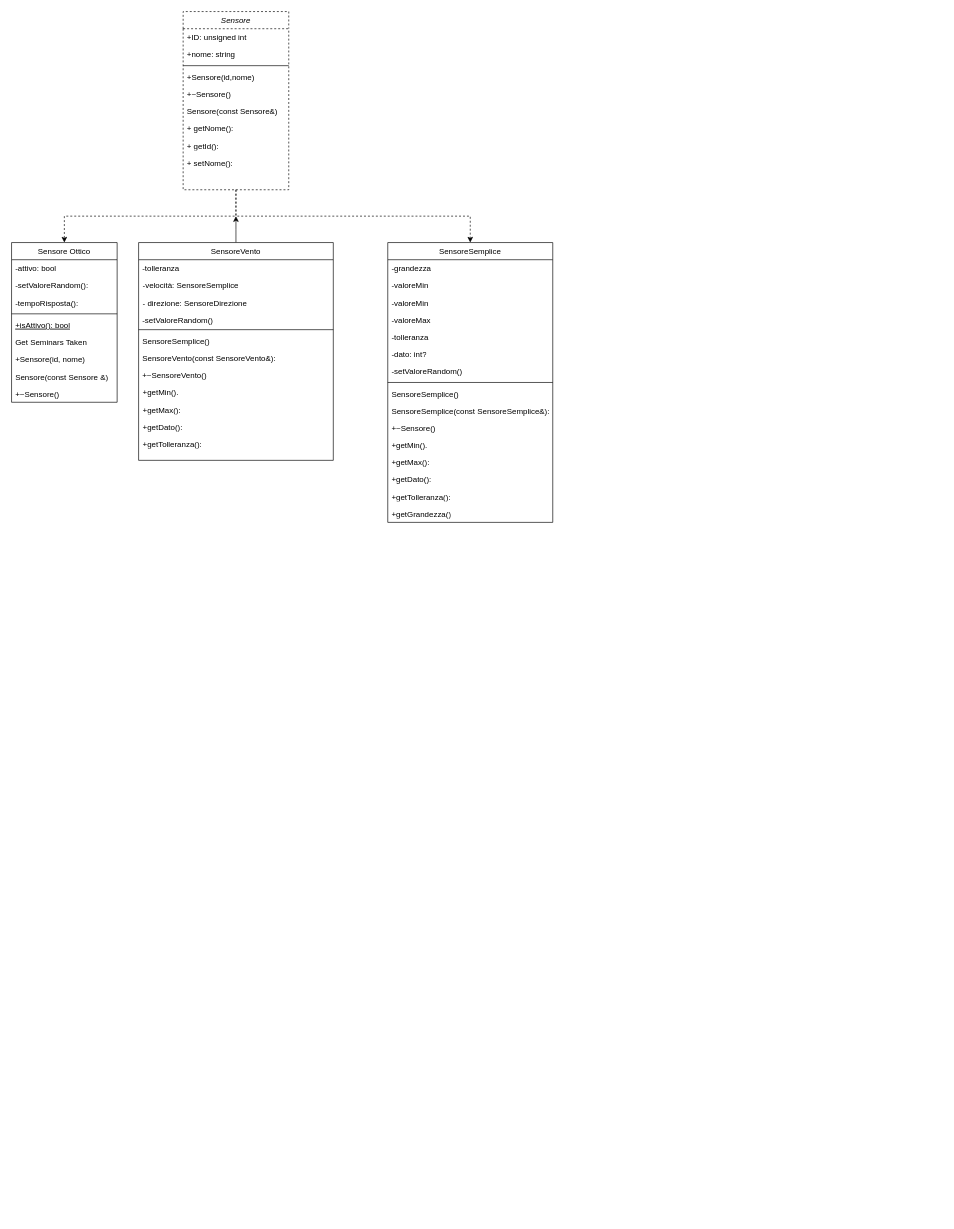
matteoumatche/PAO2024 keeps this draw.io diagram as Pao2024lo.drawio. Above is the earlier version. Source tidied: cells renumbered, new cells numbered last; positions are measured from the earlier drawing's top-left corner, leaving out a move shared by most shapes. Both pictures are drawn from the tidied source at 66%, with x=0, y=0 at pixel (11, 11).
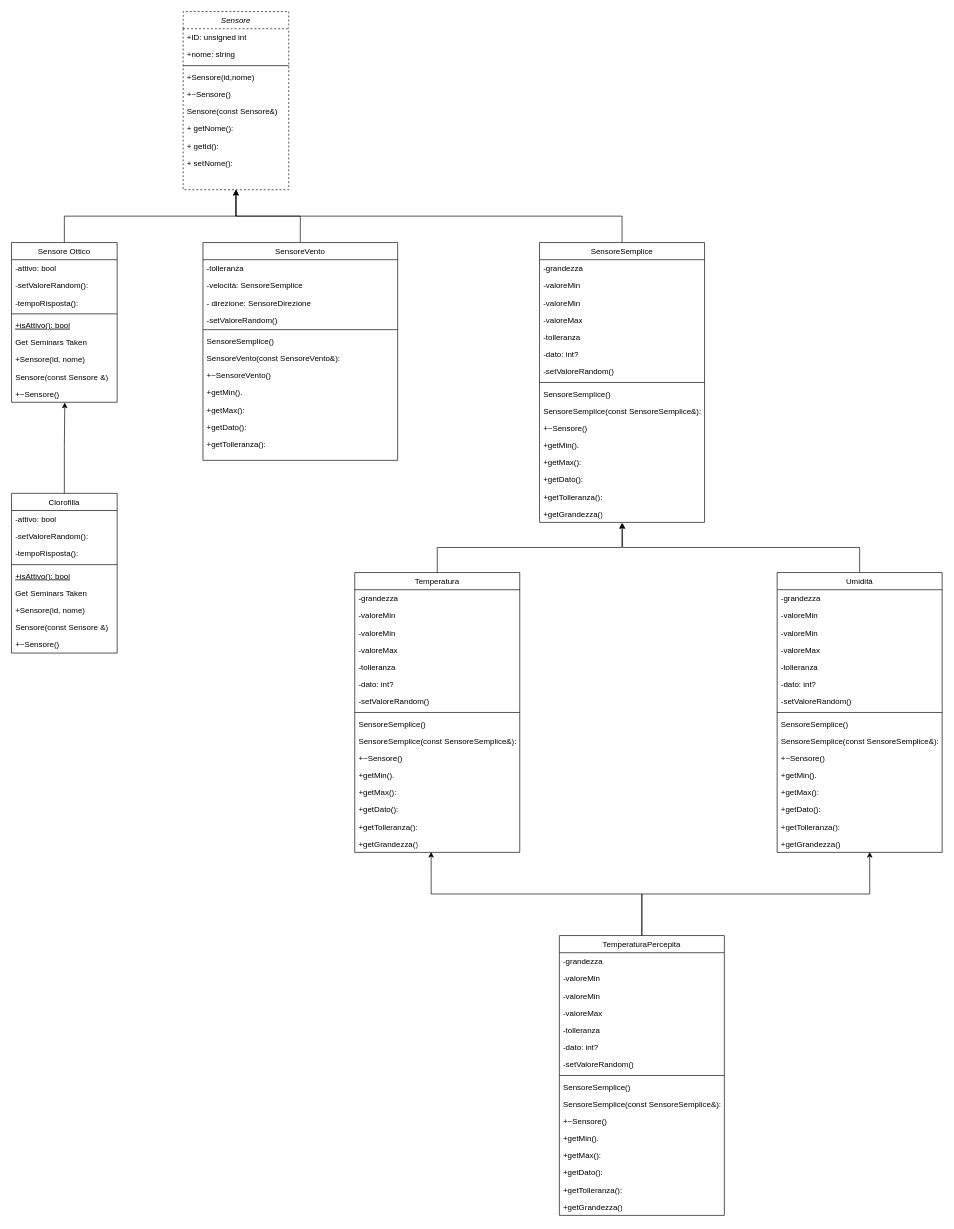
Above is the later version.

Unchanged cells that the change refers to:
```xml
<mxCell id="4" value="Sensore" style="swimlane;fontStyle=2;align=center;verticalAlign=top;horizontal=1;startSize=26;rounded=0;shadow=0;strokeWidth=1;dashed=1;" parent="1" vertex="1">
  <mxGeometry x="260" width="160" height="270" as="geometry" />
</mxCell>
<mxCell id="14" value="Sensore Ottico" style="swimlane;fontStyle=0;align=center;verticalAlign=top;horizontal=1;startSize=26;rounded=0;shadow=0;strokeWidth=1;" parent="1" vertex="1">
  <mxGeometry y="350" width="160" height="242" as="geometry" />
</mxCell>
<mxCell id="23" value="+~Sensore()" style="text;align=left;verticalAlign=top;spacingLeft=4;spacingRight=4;overflow=hidden;points=[[0,0.5],[1,0.5]];portConstraint=eastwest;" parent="14" vertex="1">
  <mxGeometry y="216" width="160" height="26" as="geometry" />
</mxCell>
<mxCell id="40" value="+getGrandezza()" style="text;strokeColor=none;fillColor=none;align=left;verticalAlign=top;spacingLeft=4;spacingRight=4;overflow=hidden;points=[[0,0.5],[1,0.5]];portConstraint=eastwest;whiteSpace=wrap;html=1;" parent="24" vertex="1">
  <mxGeometry y="398" width="250" height="26" as="geometry" />
</mxCell>
```

Change to the diagram source:
```diff
@@
-    <mxCell id="2" style="edgeStyle=orthogonalEdgeStyle;rounded=0;jettySize=auto;html=1;exitX=0.5;exitY=1;exitDx=0;exitDy=0;entryX=0.5;entryY=0;entryDx=0;entryDy=0;dashed=1;" parent="1" edge="1" source="4" target="14">
-      <mxGeometry relative="1" as="geometry" />
-    </mxCell>
-    <mxCell id="3" style="edgeStyle=orthogonalEdgeStyle;rounded=0;jettySize=auto;html=1;exitX=0.5;exitY=1;exitDx=0;exitDy=0;entryX=0.5;entryY=0;entryDx=0;entryDy=0;dashed=1;" parent="1" edge="1" source="4" target="24">
-      <mxGeometry relative="1" as="geometry" />
-    </mxCell>
@@
+    <mxCell id="55" style="edgeStyle=orthogonalEdgeStyle;rounded=0;jettySize=auto;html=1;entryX=0.5;entryY=1;entryDx=0;entryDy=0;" parent="1" edge="1" source="14" target="4">
+      <mxGeometry relative="1" as="geometry">
+        <Array as="points">
+          <mxPoint x="80" y="310" />
+          <mxPoint x="340" y="310" />
+        </Array>
+      </mxGeometry>
+    </mxCell>
@@
+    <mxCell id="56" style="edgeStyle=orthogonalEdgeStyle;rounded=0;jettySize=auto;html=1;entryX=0.5;entryY=1;entryDx=0;entryDy=0;" parent="1" edge="1" source="24" target="4">
+      <mxGeometry relative="1" as="geometry">
+        <Array as="points">
+          <mxPoint x="925" y="310" />
+          <mxPoint x="340" y="310" />
+        </Array>
+      </mxGeometry>
+    </mxCell>
     <mxCell id="24" value="SensoreSemplice" style="swimlane;fontStyle=0;align=center;verticalAlign=top;horizontal=1;startSize=26;rounded=0;shadow=0;strokeWidth=1;" parent="1" vertex="1">
-      <mxGeometry x="570" y="350" width="250" height="424" as="geometry" />
+      <mxGeometry x="800" y="350" width="250" height="424" as="geometry" />
     </mxCell>
@@
-    <mxCell id="41" style="edgeStyle=orthogonalEdgeStyle;rounded=0;jettySize=auto;html=1;" parent="1" edge="1" source="42">
-      <mxGeometry relative="1" as="geometry">
-        <mxPoint x="340" y="310" as="targetPoint" />
-      </mxGeometry>
-    </mxCell>
+    <mxCell id="57" style="edgeStyle=orthogonalEdgeStyle;rounded=0;jettySize=auto;html=1;entryX=0.5;entryY=1;entryDx=0;entryDy=0;" parent="1" edge="1" source="42" target="4">
+      <mxGeometry relative="1" as="geometry" />
+    </mxCell>
     <mxCell id="42" value="SensoreVento" style="swimlane;fontStyle=0;align=center;verticalAlign=top;horizontal=1;startSize=26;rounded=0;shadow=0;strokeWidth=1;" parent="1" vertex="1">
-      <mxGeometry x="192.5" y="350" width="295" height="330" as="geometry" />
+      <mxGeometry x="290" y="350" width="295" height="330" as="geometry" />
     </mxCell>
@@
+    <mxCell id="58" value="Temperatura" style="swimlane;fontStyle=0;align=center;verticalAlign=top;horizontal=1;startSize=26;rounded=0;shadow=0;strokeWidth=1;" parent="1" vertex="1">
+      <mxGeometry x="520" y="850" width="250" height="424" as="geometry" />
+    </mxCell>
+    <mxCell id="59" value="-grandezza" style="text;align=left;verticalAlign=top;spacingLeft=4;spacingRight=4;overflow=hidden;" parent="58" vertex="1">
+      <mxGeometry y="26" width="250" height="26" as="geometry" />
+    </mxCell>
+    <mxCell id="60" value="-valoreMin" style="text;align=left;verticalAlign=top;spacingLeft=4;spacingRight=4;overflow=hidden;rounded=0;shadow=0;html=0;" parent="58" vertex="1">
+      <mxGeometry y="52" width="250" height="26" as="geometry" />
+    </mxCell>
+    <mxCell id="61" value="-valoreMin" style="text;align=left;verticalAlign=top;spacingLeft=4;spacingRight=4;overflow=hidden;rounded=0;shadow=0;html=0;" parent="58" vertex="1">
+      <mxGeometry y="78" width="250" height="26" as="geometry" />
+    </mxCell>
+    <mxCell id="62" value="-valoreMax" style="text;align=left;verticalAlign=top;spacingLeft=4;spacingRight=4;overflow=hidden;rounded=0;shadow=0;html=0;" parent="58" vertex="1">
+      <mxGeometry y="104" width="250" height="26" as="geometry" />
+    </mxCell>
+    <mxCell id="63" value="-tolleranza" style="text;align=left;verticalAlign=top;spacingLeft=4;spacingRight=4;overflow=hidden;rounded=0;shadow=0;html=0;" parent="58" vertex="1">
+      <mxGeometry y="130" width="250" height="26" as="geometry" />
+    </mxCell>
+    <mxCell id="64" value="-dato: int?" style="text;strokeColor=none;fillColor=none;align=left;verticalAlign=top;spacingLeft=4;spacingRight=4;overflow=hidden;whiteSpace=wrap;html=1;" parent="58" vertex="1">
+      <mxGeometry y="156" width="250" height="26" as="geometry" />
+    </mxCell>
+    <mxCell id="65" value="-setValoreRandom()" style="text;align=left;verticalAlign=top;spacingLeft=4;spacingRight=4;overflow=hidden;rounded=0;shadow=0;html=0;" parent="58" vertex="1">
+      <mxGeometry y="182" width="250" height="26" as="geometry" />
+    </mxCell>
+    <mxCell id="66" style="line;html=1;strokeWidth=1;align=left;verticalAlign=middle;spacingTop=-1;spacingLeft=3;spacingRight=3;labelPosition=right;" parent="58" vertex="1">
+      <mxGeometry y="208" width="250" height="8" as="geometry" />
+    </mxCell>
+    <mxCell id="67" value="SensoreSemplice()" style="text;align=left;verticalAlign=top;spacingLeft=4;spacingRight=4;overflow=hidden;" parent="58" vertex="1">
+      <mxGeometry y="216" width="250" height="26" as="geometry" />
+    </mxCell>
+    <mxCell id="68" value="SensoreSemplice(const SensoreSemplice&amp;):" style="text;align=left;verticalAlign=top;spacingLeft=4;spacingRight=4;overflow=hidden;" parent="58" vertex="1">
+      <mxGeometry y="242" width="250" height="26" as="geometry" />
+    </mxCell>
+    <mxCell id="69" value="+~Sensore()" style="text;align=left;verticalAlign=top;spacingLeft=4;spacingRight=4;overflow=hidden;" parent="58" vertex="1">
+      <mxGeometry y="268" width="250" height="26" as="geometry" />
+    </mxCell>
+    <mxCell id="70" value="+getMin()." style="text;strokeColor=none;fillColor=none;align=left;verticalAlign=top;spacingLeft=4;spacingRight=4;overflow=hidden;whiteSpace=wrap;html=1;" parent="58" vertex="1">
+      <mxGeometry y="294" width="250" height="26" as="geometry" />
+    </mxCell>
+    <mxCell id="71" value="+getMax():" style="text;strokeColor=none;fillColor=none;align=left;verticalAlign=top;spacingLeft=4;spacingRight=4;overflow=hidden;whiteSpace=wrap;html=1;" parent="58" vertex="1">
+      <mxGeometry y="320" width="250" height="26" as="geometry" />
+    </mxCell>
+    <mxCell id="72" value="+getDato():" style="text;strokeColor=none;fillColor=none;align=left;verticalAlign=top;spacingLeft=4;spacingRight=4;overflow=hidden;whiteSpace=wrap;html=1;" parent="58" vertex="1">
+      <mxGeometry y="346" width="250" height="26" as="geometry" />
+    </mxCell>
+    <mxCell id="73" value="+getTolleranza():" style="text;strokeColor=none;fillColor=none;align=left;verticalAlign=top;spacingLeft=4;spacingRight=4;overflow=hidden;whiteSpace=wrap;html=1;" parent="58" vertex="1">
+      <mxGeometry y="372" width="250" height="26" as="geometry" />
+    </mxCell>
+    <mxCell id="74" value="+getGrandezza()" style="text;strokeColor=none;fillColor=none;align=left;verticalAlign=top;spacingLeft=4;spacingRight=4;overflow=hidden;points=[[0,0.5],[1,0.5]];portConstraint=eastwest;whiteSpace=wrap;html=1;" parent="58" vertex="1">
+      <mxGeometry y="398" width="250" height="26" as="geometry" />
+    </mxCell>
+    <mxCell id="75" value="Umidità" style="swimlane;fontStyle=0;align=center;verticalAlign=top;horizontal=1;startSize=26;rounded=0;shadow=0;strokeWidth=1;" parent="1" vertex="1">
+      <mxGeometry x="1160" y="850" width="250" height="424" as="geometry" />
+    </mxCell>
+    <mxCell id="76" value="-grandezza" style="text;align=left;verticalAlign=top;spacingLeft=4;spacingRight=4;overflow=hidden;" parent="75" vertex="1">
+      <mxGeometry y="26" width="250" height="26" as="geometry" />
+    </mxCell>
+    <mxCell id="77" value="-valoreMin" style="text;align=left;verticalAlign=top;spacingLeft=4;spacingRight=4;overflow=hidden;rounded=0;shadow=0;html=0;" parent="75" vertex="1">
+      <mxGeometry y="52" width="250" height="26" as="geometry" />
+    </mxCell>
+    <mxCell id="78" value="-valoreMin" style="text;align=left;verticalAlign=top;spacingLeft=4;spacingRight=4;overflow=hidden;rounded=0;shadow=0;html=0;" parent="75" vertex="1">
+      <mxGeometry y="78" width="250" height="26" as="geometry" />
+    </mxCell>
+    <mxCell id="79" value="-valoreMax" style="text;align=left;verticalAlign=top;spacingLeft=4;spacingRight=4;overflow=hidden;rounded=0;shadow=0;html=0;" parent="75" vertex="1">
+      <mxGeometry y="104" width="250" height="26" as="geometry" />
+    </mxCell>
+    <mxCell id="80" value="-tolleranza" style="text;align=left;verticalAlign=top;spacingLeft=4;spacingRight=4;overflow=hidden;rounded=0;shadow=0;html=0;" parent="75" vertex="1">
+      <mxGeometry y="130" width="250" height="26" as="geometry" />
+    </mxCell>
+    <mxCell id="81" value="-dato: int?" style="text;strokeColor=none;fillColor=none;align=left;verticalAlign=top;spacingLeft=4;spacingRight=4;overflow=hidden;whiteSpace=wrap;html=1;" parent="75" vertex="1">
+      <mxGeometry y="156" width="250" height="26" as="geometry" />
+    </mxCell>
+    <mxCell id="82" value="-setValoreRandom()" style="text;align=left;verticalAlign=top;spacingLeft=4;spacingRight=4;overflow=hidden;rounded=0;shadow=0;html=0;" parent="75" vertex="1">
+      <mxGeometry y="182" width="250" height="26" as="geometry" />
+    </mxCell>
+    <mxCell id="83" style="line;html=1;strokeWidth=1;align=left;verticalAlign=middle;spacingTop=-1;spacingLeft=3;spacingRight=3;labelPosition=right;" parent="75" vertex="1">
+      <mxGeometry y="208" width="250" height="8" as="geometry" />
+    </mxCell>
+    <mxCell id="84" value="SensoreSemplice()" style="text;align=left;verticalAlign=top;spacingLeft=4;spacingRight=4;overflow=hidden;" parent="75" vertex="1">
+      <mxGeometry y="216" width="250" height="26" as="geometry" />
+    </mxCell>
+    <mxCell id="85" value="SensoreSemplice(const SensoreSemplice&amp;):" style="text;align=left;verticalAlign=top;spacingLeft=4;spacingRight=4;overflow=hidden;" parent="75" vertex="1">
+      <mxGeometry y="242" width="250" height="26" as="geometry" />
+    </mxCell>
+    <mxCell id="86" value="+~Sensore()" style="text;align=left;verticalAlign=top;spacingLeft=4;spacingRight=4;overflow=hidden;" parent="75" vertex="1">
+      <mxGeometry y="268" width="250" height="26" as="geometry" />
+    </mxCell>
+    <mxCell id="87" value="+getMin()." style="text;strokeColor=none;fillColor=none;align=left;verticalAlign=top;spacingLeft=4;spacingRight=4;overflow=hidden;whiteSpace=wrap;html=1;" parent="75" vertex="1">
+      <mxGeometry y="294" width="250" height="26" as="geometry" />
+    </mxCell>
+    <mxCell id="88" value="+getMax():" style="text;strokeColor=none;fillColor=none;align=left;verticalAlign=top;spacingLeft=4;spacingRight=4;overflow=hidden;whiteSpace=wrap;html=1;" parent="75" vertex="1">
+      <mxGeometry y="320" width="250" height="26" as="geometry" />
+    </mxCell>
+    <mxCell id="89" value="+getDato():" style="text;strokeColor=none;fillColor=none;align=left;verticalAlign=top;spacingLeft=4;spacingRight=4;overflow=hidden;whiteSpace=wrap;html=1;" parent="75" vertex="1">
+      <mxGeometry y="346" width="250" height="26" as="geometry" />
+    </mxCell>
+    <mxCell id="90" value="+getTolleranza():" style="text;strokeColor=none;fillColor=none;align=left;verticalAlign=top;spacingLeft=4;spacingRight=4;overflow=hidden;whiteSpace=wrap;html=1;" parent="75" vertex="1">
+      <mxGeometry y="372" width="250" height="26" as="geometry" />
+    </mxCell>
+    <mxCell id="91" value="+getGrandezza()" style="text;strokeColor=none;fillColor=none;align=left;verticalAlign=top;spacingLeft=4;spacingRight=4;overflow=hidden;points=[[0,0.5],[1,0.5]];portConstraint=eastwest;whiteSpace=wrap;html=1;" parent="75" vertex="1">
+      <mxGeometry y="398" width="250" height="26" as="geometry" />
+    </mxCell>
+    <mxCell id="92" style="edgeStyle=orthogonalEdgeStyle;rounded=0;jettySize=auto;html=1;entryX=0.503;entryY=1.038;entryDx=0;entryDy=0;entryPerimeter=0;" parent="1" edge="1" source="75" target="40">
+      <mxGeometry relative="1" as="geometry" />
+    </mxCell>
+    <mxCell id="93" style="edgeStyle=orthogonalEdgeStyle;rounded=0;jettySize=auto;html=1;entryX=0.499;entryY=1.038;entryDx=0;entryDy=0;entryPerimeter=0;" parent="1" edge="1" source="58" target="40">
+      <mxGeometry relative="1" as="geometry" />
+    </mxCell>
+    <mxCell id="94" value="TemperaturaPercepita" style="swimlane;fontStyle=0;align=center;verticalAlign=top;horizontal=1;startSize=26;rounded=0;shadow=0;strokeWidth=1;" parent="1" vertex="1">
+      <mxGeometry x="830" y="1400" width="250" height="424" as="geometry" />
+    </mxCell>
+    <mxCell id="95" value="-grandezza" style="text;align=left;verticalAlign=top;spacingLeft=4;spacingRight=4;overflow=hidden;" parent="94" vertex="1">
+      <mxGeometry y="26" width="250" height="26" as="geometry" />
+    </mxCell>
+    <mxCell id="96" value="-valoreMin" style="text;align=left;verticalAlign=top;spacingLeft=4;spacingRight=4;overflow=hidden;rounded=0;shadow=0;html=0;" parent="94" vertex="1">
+      <mxGeometry y="52" width="250" height="26" as="geometry" />
+    </mxCell>
+    <mxCell id="97" value="-valoreMin" style="text;align=left;verticalAlign=top;spacingLeft=4;spacingRight=4;overflow=hidden;rounded=0;shadow=0;html=0;" parent="94" vertex="1">
+      <mxGeometry y="78" width="250" height="26" as="geometry" />
+    </mxCell>
+    <mxCell id="98" value="-valoreMax" style="text;align=left;verticalAlign=top;spacingLeft=4;spacingRight=4;overflow=hidden;rounded=0;shadow=0;html=0;" parent="94" vertex="1">
+      <mxGeometry y="104" width="250" height="26" as="geometry" />
+    </mxCell>
+    <mxCell id="99" value="-tolleranza" style="text;align=left;verticalAlign=top;spacingLeft=4;spacingRight=4;overflow=hidden;rounded=0;shadow=0;html=0;" parent="94" vertex="1">
+      <mxGeometry y="130" width="250" height="26" as="geometry" />
+    </mxCell>
+    <mxCell id="100" value="-dato: int?" style="text;strokeColor=none;fillColor=none;align=left;verticalAlign=top;spacingLeft=4;spacingRight=4;overflow=hidden;whiteSpace=wrap;html=1;" parent="94" vertex="1">
+      <mxGeometry y="156" width="250" height="26" as="geometry" />
+    </mxCell>
+    <mxCell id="101" value="-setValoreRandom()" style="text;align=left;verticalAlign=top;spacingLeft=4;spacingRight=4;overflow=hidden;rounded=0;shadow=0;html=0;" parent="94" vertex="1">
+      <mxGeometry y="182" width="250" height="26" as="geometry" />
+    </mxCell>
+    <mxCell id="102" style="line;html=1;strokeWidth=1;align=left;verticalAlign=middle;spacingTop=-1;spacingLeft=3;spacingRight=3;labelPosition=right;" parent="94" vertex="1">
+      <mxGeometry y="208" width="250" height="8" as="geometry" />
+    </mxCell>
+    <mxCell id="103" value="SensoreSemplice()" style="text;align=left;verticalAlign=top;spacingLeft=4;spacingRight=4;overflow=hidden;" parent="94" vertex="1">
+      <mxGeometry y="216" width="250" height="26" as="geometry" />
+    </mxCell>
+    <mxCell id="104" value="SensoreSemplice(const SensoreSemplice&amp;):" style="text;align=left;verticalAlign=top;spacingLeft=4;spacingRight=4;overflow=hidden;" parent="94" vertex="1">
+      <mxGeometry y="242" width="250" height="26" as="geometry" />
+    </mxCell>
+    <mxCell id="105" value="+~Sensore()" style="text;align=left;verticalAlign=top;spacingLeft=4;spacingRight=4;overflow=hidden;" parent="94" vertex="1">
+      <mxGeometry y="268" width="250" height="26" as="geometry" />
+    </mxCell>
+    <mxCell id="106" value="+getMin()." style="text;strokeColor=none;fillColor=none;align=left;verticalAlign=top;spacingLeft=4;spacingRight=4;overflow=hidden;whiteSpace=wrap;html=1;" parent="94" vertex="1">
+      <mxGeometry y="294" width="250" height="26" as="geometry" />
+    </mxCell>
+    <mxCell id="107" value="+getMax():" style="text;strokeColor=none;fillColor=none;align=left;verticalAlign=top;spacingLeft=4;spacingRight=4;overflow=hidden;whiteSpace=wrap;html=1;" parent="94" vertex="1">
+      <mxGeometry y="320" width="250" height="26" as="geometry" />
+    </mxCell>
+    <mxCell id="108" value="+getDato():" style="text;strokeColor=none;fillColor=none;align=left;verticalAlign=top;spacingLeft=4;spacingRight=4;overflow=hidden;whiteSpace=wrap;html=1;" parent="94" vertex="1">
+      <mxGeometry y="346" width="250" height="26" as="geometry" />
+    </mxCell>
+    <mxCell id="109" value="+getTolleranza():" style="text;strokeColor=none;fillColor=none;align=left;verticalAlign=top;spacingLeft=4;spacingRight=4;overflow=hidden;whiteSpace=wrap;html=1;" parent="94" vertex="1">
+      <mxGeometry y="372" width="250" height="26" as="geometry" />
+    </mxCell>
+    <mxCell id="110" value="+getGrandezza()" style="text;strokeColor=none;fillColor=none;align=left;verticalAlign=top;spacingLeft=4;spacingRight=4;overflow=hidden;whiteSpace=wrap;html=1;" parent="94" vertex="1">
+      <mxGeometry y="398" width="250" height="26" as="geometry" />
+    </mxCell>
+    <mxCell id="111" style="edgeStyle=orthogonalEdgeStyle;rounded=0;jettySize=auto;html=1;entryX=0.561;entryY=0.971;entryDx=0;entryDy=0;entryPerimeter=0;" parent="1" edge="1" source="94" target="91">
+      <mxGeometry relative="1" as="geometry" />
+    </mxCell>
+    <mxCell id="112" style="edgeStyle=orthogonalEdgeStyle;rounded=0;jettySize=auto;html=1;entryX=0.463;entryY=0.971;entryDx=0;entryDy=0;entryPerimeter=0;" parent="1" edge="1" source="94" target="74">
+      <mxGeometry relative="1" as="geometry" />
+    </mxCell>
+    <mxCell id="113" value="Clorofilla" style="swimlane;fontStyle=0;align=center;verticalAlign=top;horizontal=1;startSize=26;rounded=0;shadow=0;strokeWidth=1;" parent="1" vertex="1">
+      <mxGeometry y="730" width="160" height="242" as="geometry" />
+    </mxCell>
+    <mxCell id="114" value="-attivo: bool" style="text;align=left;verticalAlign=top;spacingLeft=4;spacingRight=4;overflow=hidden;" parent="113" vertex="1">
+      <mxGeometry y="26" width="160" height="26" as="geometry" />
+    </mxCell>
+    <mxCell id="115" value="-setValoreRandom():" style="text;align=left;verticalAlign=top;spacingLeft=4;spacingRight=4;overflow=hidden;rounded=0;shadow=0;html=0;" parent="113" vertex="1">
+      <mxGeometry y="52" width="160" height="26" as="geometry" />
+    </mxCell>
+    <mxCell id="116" value="-tempoRisposta():" style="text;align=left;verticalAlign=top;spacingLeft=4;spacingRight=4;overflow=hidden;rounded=0;shadow=0;html=0;" parent="113" vertex="1">
+      <mxGeometry y="78" width="160" height="26" as="geometry" />
+    </mxCell>
+    <mxCell id="117" style="line;html=1;strokeWidth=1;align=left;verticalAlign=middle;spacingTop=-1;spacingLeft=3;spacingRight=3;labelPosition=right;" parent="113" vertex="1">
+      <mxGeometry y="104" width="160" height="8" as="geometry" />
+    </mxCell>
+    <mxCell id="118" value="+isAttivo(): bool" style="text;align=left;verticalAlign=top;spacingLeft=4;spacingRight=4;overflow=hidden;fontStyle=4;" parent="113" vertex="1">
+      <mxGeometry y="112" width="160" height="26" as="geometry" />
+    </mxCell>
+    <mxCell id="119" value="Get Seminars Taken" style="text;align=left;verticalAlign=top;spacingLeft=4;spacingRight=4;overflow=hidden;" parent="113" vertex="1">
+      <mxGeometry y="138" width="160" height="26" as="geometry" />
+    </mxCell>
+    <mxCell id="120" value="+Sensore(id, nome)" style="text;align=left;verticalAlign=top;spacingLeft=4;spacingRight=4;overflow=hidden;" parent="113" vertex="1">
+      <mxGeometry y="164" width="160" height="26" as="geometry" />
+    </mxCell>
+    <mxCell id="121" value="Sensore(const Sensore &amp;amp;)" style="text;strokeColor=none;fillColor=none;align=left;verticalAlign=top;spacingLeft=4;spacingRight=4;overflow=hidden;whiteSpace=wrap;html=1;" parent="113" vertex="1">
+      <mxGeometry y="190" width="160" height="26" as="geometry" />
+    </mxCell>
+    <mxCell id="122" value="+~Sensore()" style="text;align=left;verticalAlign=top;spacingLeft=4;spacingRight=4;overflow=hidden;" parent="113" vertex="1">
+      <mxGeometry y="216" width="160" height="26" as="geometry" />
+    </mxCell>
+    <mxCell id="123" style="edgeStyle=orthogonalEdgeStyle;rounded=0;jettySize=auto;html=1;entryX=0.504;entryY=1.015;entryDx=0;entryDy=0;entryPerimeter=0;" parent="1" edge="1" source="113" target="23">
+      <mxGeometry relative="1" as="geometry" />
+    </mxCell>
```
